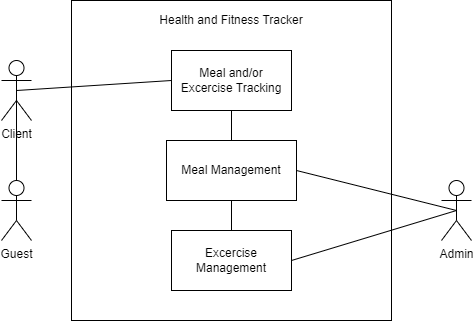
kaisunoo/Acads keeps this draw.io diagram as SystemEnvironmentdrawio.png. Above is the earlier version. Source tidied: cells renumbered, new cells last; positions are measured from the earlier drawing's top-left corner, leaving out a move shared by most shapes.
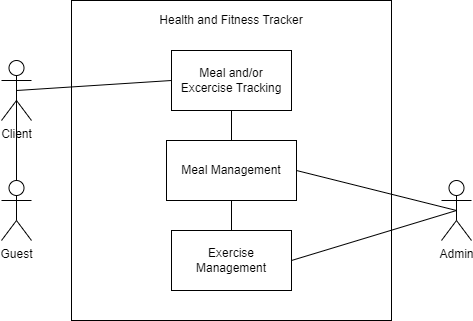
Later version of the same file.

Change to the diagram source:
```diff
@@ -32,7 +32,7 @@
     <mxCell id="11" value="Meal Management" style="rounded=0;whiteSpace=wrap;html=1;" parent="1" vertex="1">
       <mxGeometry x="165" y="140" width="130" height="60" as="geometry" />
     </mxCell>
-    <mxCell id="12" value="Excercise Management" style="rounded=0;whiteSpace=wrap;html=1;" parent="1" vertex="1">
+    <mxCell id="12" value="Exercise Management" style="rounded=0;whiteSpace=wrap;html=1;" parent="1" vertex="1">
       <mxGeometry x="170" y="230" width="120" height="60" as="geometry" />
     </mxCell>
     <mxCell id="13" style="endArrow=none;html=1;rounded=0;entryX=0.5;entryY=1;entryDx=0;entryDy=0;exitX=0.5;exitY=0;exitDx=0;exitDy=0;" parent="1" edge="1" source="11" target="10">
```
